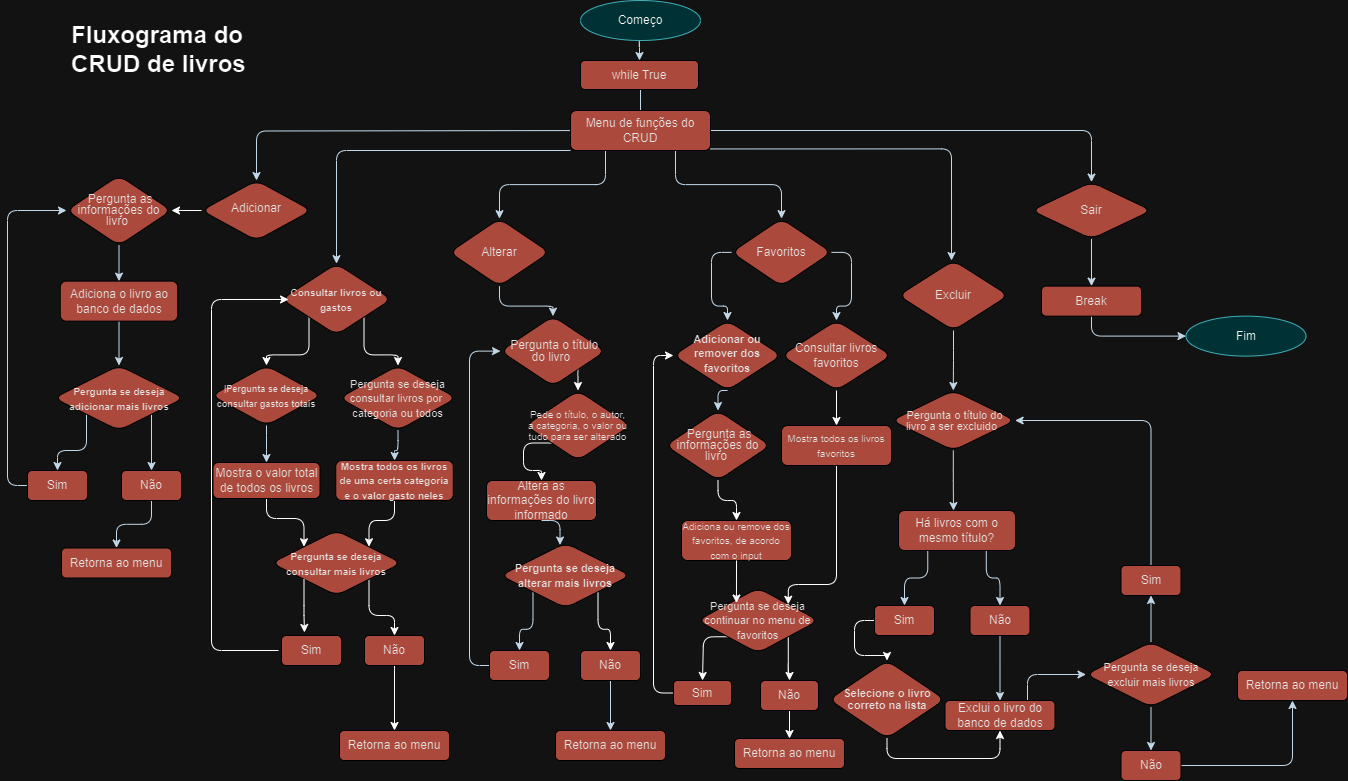
Earlier version of the draw.io export FluxogramaCRUD.drawio.png (luzianes/CRUD-de-Livros). Source tidied: cells renumbered, new cells last; positions are measured from the earlier drawing's top-left corner, leaving out a move shared by most shapes.
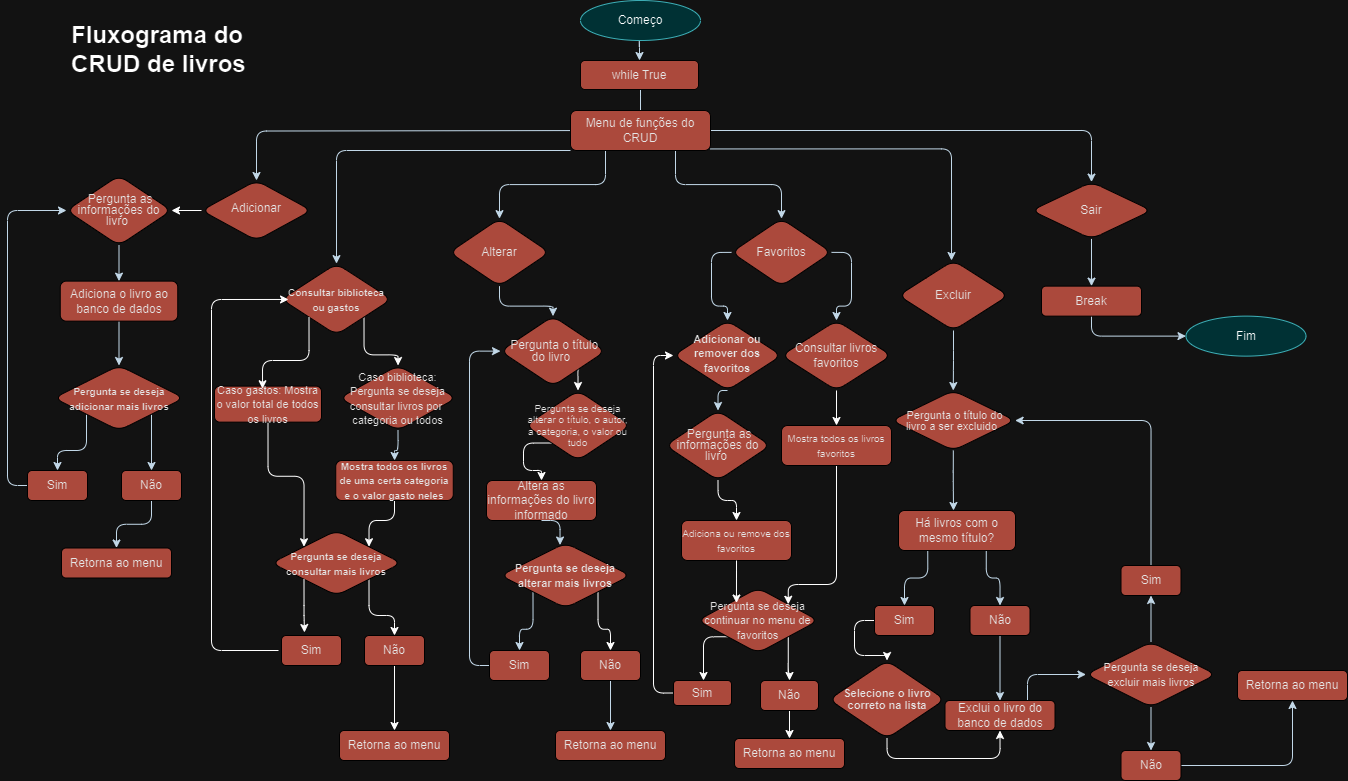
Above is the later version.

Commit message:
mais alterações fluxograma

Change to the diagram source:
```diff
@@ -48,10 +48,7 @@
     <mxCell id="12" style="edgeStyle=orthogonalEdgeStyle;rounded=1;jettySize=auto;html=1;exitX=1;exitY=1;exitDx=0;exitDy=0;" parent="1" edge="1" source="14" target="30">
       <mxGeometry relative="1" as="geometry" />
     </mxCell>
-    <mxCell id="13" style="edgeStyle=orthogonalEdgeStyle;rounded=1;jettySize=auto;html=1;exitX=0;exitY=1;exitDx=0;exitDy=0;entryX=0.5;entryY=0;entryDx=0;entryDy=0;" parent="1" edge="1" source="14" target="28">
-      <mxGeometry relative="1" as="geometry" />
-    </mxCell>
-    <mxCell id="14" value="&lt;font style=&quot;font-size: 10px;&quot;&gt;&lt;b&gt;Consultar livros ou gastos&lt;/b&gt;&lt;/font&gt;" style="rhombus;whiteSpace=wrap;html=1;labelBackgroundColor=none;rounded=1;fillColor=#F08E81;strokeColor=#FFFFFF;fontColor=#1A1A1A;" parent="1" vertex="1">
+    <mxCell id="14" value="&lt;font style=&quot;font-size: 10px;&quot;&gt;&lt;b&gt;Consultar biblioteca ou gastos&lt;/b&gt;&lt;/font&gt;" style="rhombus;whiteSpace=wrap;html=1;labelBackgroundColor=none;rounded=1;fillColor=#F08E81;strokeColor=#FFFFFF;fontColor=#1A1A1A;" parent="1" vertex="1">
       <mxGeometry x="254" y="263.1" width="110" height="71.2" as="geometry" />
     </mxCell>
     <mxCell id="15" value="Excluir" style="rhombus;whiteSpace=wrap;html=1;labelBackgroundColor=none;rounded=1;fillColor=#F08E81;strokeColor=#FFFFFF;fontColor=#1A1A1A;" parent="1" vertex="1">
@@ -90,23 +87,17 @@
     <mxCell id="26" value="Fim" style="ellipse;whiteSpace=wrap;html=1;labelBackgroundColor=none;rounded=1;fillColor=#b0e3e6;strokeColor=#0e8088;" parent="1" vertex="1">
       <mxGeometry x="1158.5" y="315.6" width="120" height="40" as="geometry" />
     </mxCell>
-    <mxCell id="27" style="edgeStyle=orthogonalEdgeStyle;rounded=1;jettySize=auto;html=1;exitX=0.5;exitY=1;exitDx=0;exitDy=0;labelBackgroundColor=none;fontColor=default;strokeColor=#182E3E;" parent="1" edge="1" source="28" target="32">
-      <mxGeometry relative="1" as="geometry" />
-    </mxCell>
-    <mxCell id="28" value="&lt;font style=&quot;font-size: 9px;&quot;&gt;&lt;b&gt;|Pergunta se deseja consultar gastos totais&lt;/b&gt;&lt;/font&gt;" style="rhombus;whiteSpace=wrap;html=1;labelBackgroundColor=none;rounded=1;fillColor=#F08E81;strokeColor=#FFFFFF;fontColor=#1A1A1A;" parent="1" vertex="1">
-      <mxGeometry x="184" y="365" width="110" height="60" as="geometry" />
-    </mxCell>
     <mxCell id="29" style="edgeStyle=orthogonalEdgeStyle;rounded=1;jettySize=auto;html=1;exitX=0.5;exitY=1;exitDx=0;exitDy=0;labelBackgroundColor=none;fontColor=default;strokeColor=#182E3E;" parent="1" edge="1" source="30" target="34">
       <mxGeometry relative="1" as="geometry" />
     </mxCell>
-    <mxCell id="30" value="&lt;font style=&quot;font-size: 11px;&quot;&gt;Pergunta se deseja consultar livros por&amp;nbsp; categoria ou todos&lt;/font&gt;" style="rhombus;whiteSpace=wrap;html=1;labelBackgroundColor=none;rounded=1;fillColor=#F08E81;strokeColor=#FFFFFF;fontColor=#1A1A1A;" parent="1" vertex="1">
+    <mxCell id="30" value="&lt;font style=&quot;font-size: 11px;&quot;&gt;Caso biblioteca: Pergunta se deseja consultar livros por&amp;nbsp; categoria ou todos&lt;/font&gt;" style="rhombus;whiteSpace=wrap;html=1;labelBackgroundColor=none;rounded=1;fillColor=#F08E81;strokeColor=#FFFFFF;fontColor=#1A1A1A;" parent="1" vertex="1">
       <mxGeometry x="312" y="365" width="117" height="65" as="geometry" />
     </mxCell>
     <mxCell id="31" style="edgeStyle=orthogonalEdgeStyle;rounded=1;jettySize=auto;html=1;exitX=0.5;exitY=1;exitDx=0;exitDy=0;entryX=0;entryY=0;entryDx=0;entryDy=0;" parent="1" edge="1" source="32" target="105">
       <mxGeometry relative="1" as="geometry" />
     </mxCell>
-    <mxCell id="32" value="Mostra o valor total de todos os livros" style="rounded=1;whiteSpace=wrap;html=1;labelBackgroundColor=none;fillColor=#F08E81;strokeColor=#FFFFFF;fontColor=#1A1A1A;" parent="1" vertex="1">
-      <mxGeometry x="185.5" y="462" width="107" height="36" as="geometry" />
+    <mxCell id="32" value="&lt;font style=&quot;font-size: 11px;&quot;&gt;Caso gastos: Mostra o valor total de todos os livros&lt;/font&gt;" style="rounded=1;whiteSpace=wrap;html=1;labelBackgroundColor=none;fillColor=#F08E81;strokeColor=#FFFFFF;fontColor=#1A1A1A;" parent="1" vertex="1">
+      <mxGeometry x="187" y="385.6" width="107" height="36" as="geometry" />
     </mxCell>
     <mxCell id="33" style="edgeStyle=orthogonalEdgeStyle;rounded=1;jettySize=auto;html=1;exitX=0.5;exitY=1;exitDx=0;exitDy=0;entryX=1;entryY=0;entryDx=0;entryDy=0;" parent="1" edge="1" source="34" target="105">
       <mxGeometry relative="1" as="geometry" />
@@ -281,7 +272,7 @@
     <mxCell id="89" value="&lt;p style=&quot;line-height: 93%;&quot;&gt;&lt;font style=&quot;font-size: 12px;&quot;&gt;&amp;nbsp;&lt;/font&gt;&lt;span style=&quot;background-color: initial;&quot;&gt;Pergunta as informações do livro&amp;nbsp;&lt;/span&gt;&lt;/p&gt;" style="rhombus;whiteSpace=wrap;html=1;labelBackgroundColor=none;rounded=1;fillColor=#F08E81;strokeColor=#FFFFFF;fontColor=#1A1A1A;" parent="1" vertex="1">
       <mxGeometry x="638" y="410" width="105" height="70" as="geometry" />
     </mxCell>
-    <mxCell id="90" value="&lt;font style=&quot;font-size: 10px;&quot;&gt;Adiciona ou remove dos favoritos, de acordo com o input&lt;/font&gt;" style="rounded=1;whiteSpace=wrap;html=1;labelBackgroundColor=none;fillColor=#F08E81;strokeColor=#FFFFFF;fontColor=#1A1A1A;" parent="1" vertex="1">
+    <mxCell id="90" value="&lt;font style=&quot;font-size: 10px;&quot;&gt;Adiciona ou remove dos favoritos&lt;/font&gt;" style="rounded=1;whiteSpace=wrap;html=1;labelBackgroundColor=none;fillColor=#F08E81;strokeColor=#FFFFFF;fontColor=#1A1A1A;" parent="1" vertex="1">
       <mxGeometry x="654" y="520" width="110" height="40" as="geometry" />
     </mxCell>
     <mxCell id="91" style="edgeStyle=orthogonalEdgeStyle;rounded=1;jettySize=auto;html=1;exitX=0;exitY=1;exitDx=0;exitDy=0;entryX=0.5;entryY=0;entryDx=0;entryDy=0;" parent="1" edge="1" source="92" target="52">
@@ -292,7 +283,7 @@
         </Array>
       </mxGeometry>
     </mxCell>
-    <mxCell id="92" value="&lt;p style=&quot;line-height: 93%;&quot;&gt;&lt;font style=&quot;font-size: 10px;&quot;&gt;Pede o título, o autor, a categoria, o valor ou tudo para ser alterado&lt;/font&gt;&lt;/p&gt;" style="rhombus;whiteSpace=wrap;html=1;labelBackgroundColor=none;rounded=1;fillColor=#F08E81;strokeColor=#FFFFFF;fontColor=#1A1A1A;" parent="1" vertex="1">
+    <mxCell id="92" value="&lt;p style=&quot;line-height: 93%;&quot;&gt;&lt;font style=&quot;font-size: 10px;&quot;&gt;Pergunta se deseja alterar o título, o autor, a categoria, o valor ou tudo&lt;/font&gt;&lt;/p&gt;" style="rhombus;whiteSpace=wrap;html=1;labelBackgroundColor=none;rounded=1;fillColor=#F08E81;strokeColor=#FFFFFF;fontColor=#1A1A1A;" parent="1" vertex="1">
       <mxGeometry x="498" y="390" width="105" height="70" as="geometry" />
     </mxCell>
     <mxCell id="93" style="edgeStyle=orthogonalEdgeStyle;rounded=1;jettySize=auto;html=1;exitX=0;exitY=1;exitDx=0;exitDy=0;entryX=0.5;entryY=0;entryDx=0;entryDy=0;" parent="1" edge="1" source="95" target="100">
@@ -370,5 +361,8 @@
     <mxCell id="112" value="Retorna ao menu" style="rounded=1;whiteSpace=wrap;html=1;labelBackgroundColor=none;fillColor=#F08E81;strokeColor=#FFFFFF;fontColor=#1A1A1A;" parent="1" vertex="1">
       <mxGeometry x="312" y="730" width="110" height="30" as="geometry" />
     </mxCell>
+    <mxCell id="113" style="edgeStyle=orthogonalEdgeStyle;rounded=1;jettySize=auto;html=1;exitX=0;exitY=1;exitDx=0;exitDy=0;entryX=0.449;entryY=0.073;entryDx=0;entryDy=0;entryPerimeter=0;" parent="1" edge="1" source="14" target="32">
+      <mxGeometry relative="1" as="geometry" />
+    </mxCell>
   </root>
 </mxGraphModel>
```
